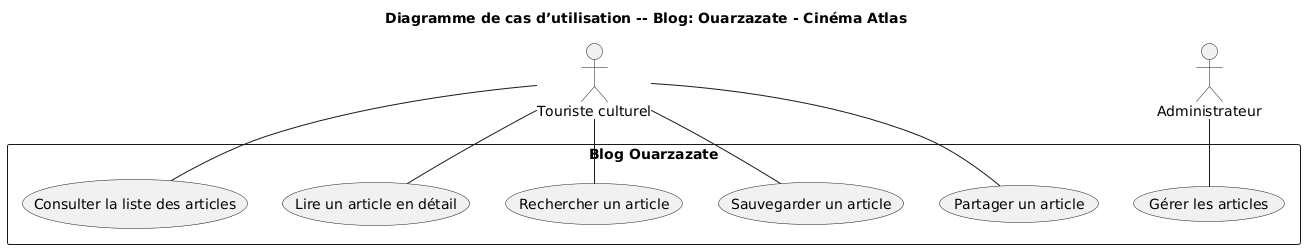
Before: Rapport/images/Diagramme_cas_utilisation_Blog.png, a diagram exported from PlantUML (BENYEKHLEF-Anouar/Blog-Chefchaouen-Bleu-Durable).
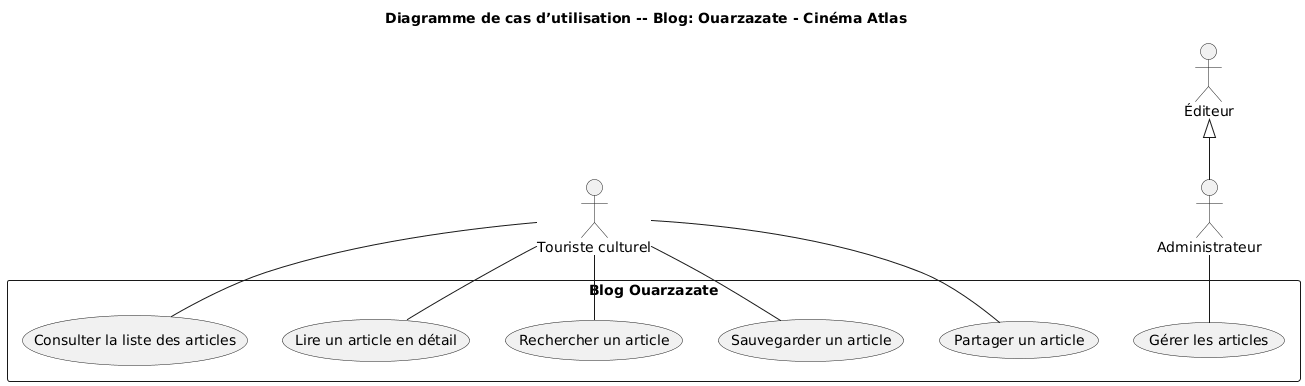
After the commit.

Commit message:
Update use case diagram image for blog

Diff of the diagram source:
```diff
@@ -3,6 +3,7 @@
 
 actor "Touriste culturel" as Touriste
 actor "Administrateur" as Admin
+Éditeur <|--  Admin
 
 rectangle "Blog Ouarzazate" {
 
```
